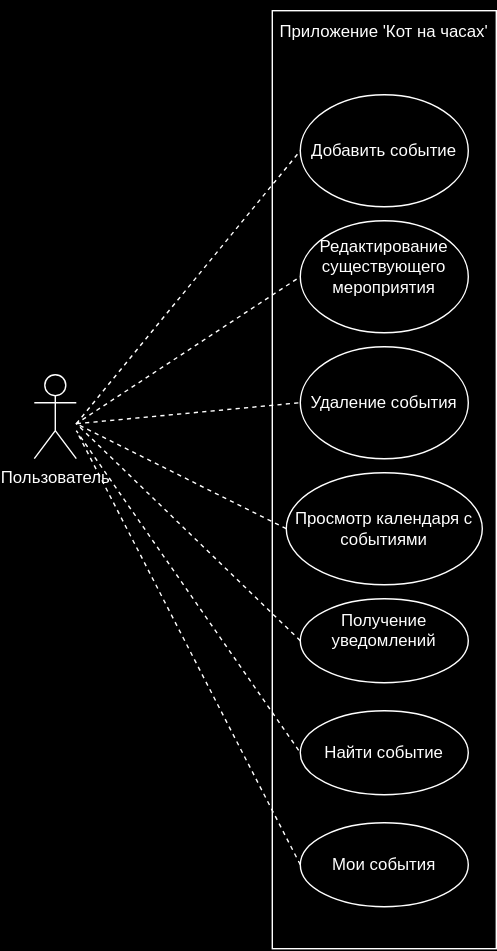
Above: docs/diagrams/Use_Case_Diagram.drawio.svg in HoshiBlood/- (draw.io), before the change. Source tidied: cells renumbered, new cells last; positions are measured from the earlier drawing's top-left corner, leaving out a move shared by most shapes.
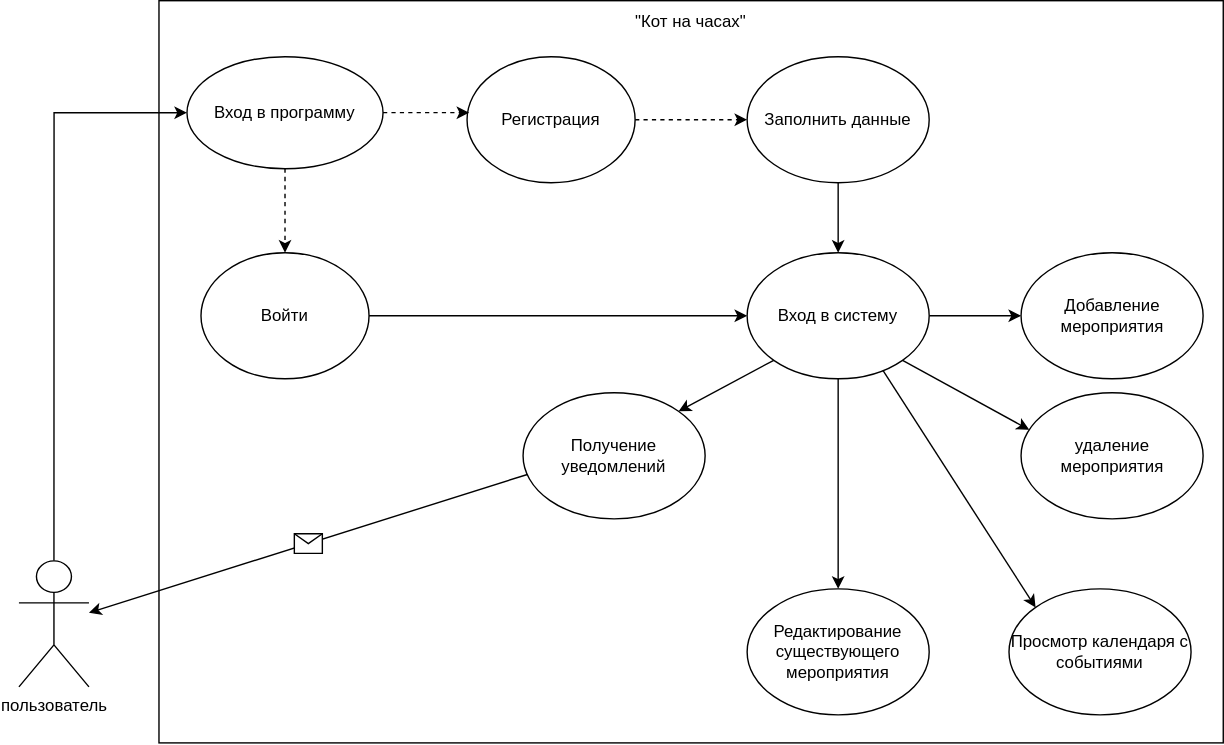
Above is the later version.

Commit message:
Обновление диаграммы Use Case

The edit, as a diff of the source:
```diff
@@ -2,64 +2,89 @@
   <root>
     <mxCell id="0" />
     <mxCell id="1" parent="0" />
-    <mxCell id="2" style="group;" parent="1" vertex="1">
-      <mxGeometry x="170" width="160" height="670" as="geometry" />
-    </mxCell>
-    <mxCell id="3" style="rounded=0;whiteSpace=wrap;html=1;" parent="2" vertex="1">
-      <mxGeometry width="160" height="670" as="geometry" />
-    </mxCell>
-    <mxCell id="4" value="&lt;br&gt;Приложение 'Кот на часах'" style="text;strokeColor=none;align=center;fillColor=none;html=1;verticalAlign=middle;whiteSpace=wrap;rounded=0;" parent="2" vertex="1">
-      <mxGeometry width="160" height="13.1" as="geometry" />
-    </mxCell>
-    <mxCell id="5" value="Найти событие&lt;span style=&quot;color: rgba(0, 0, 0, 0); font-family: monospace; font-size: 0px; text-align: start; text-wrap: nowrap;&quot;&gt;%3CmxGraphModel%3E%3Croot%3E%3CmxCell%20id%3D%220%22%2F%3E%3CmxCell%20id%3D%221%22%20parent%3D%220%22%2F%3E%3CmxCell%20id%3D%222%22%20value%3D%22%26%2310%3B%D0%9F%D0%BE%D0%BB%D1%83%D1%87%D0%B5%D0%BD%D0%B8%D0%B5%20%D1%83%D0%B2%D0%B5%D0%B4%D0%BE%D0%BC%D0%BB%D0%B5%D0%BD%D0%B8%D0%B9%26%2310%3B%26%2310%3B%22%20style%3D%22ellipse%3BwhiteSpace%3Dwrap%3Bhtml%3D1%3B%22%20vertex%3D%221%22%20parent%3D%221%22%3E%3CmxGeometry%20x%3D%22-20%22%20y%3D%22730%22%20width%3D%22120%22%20height%3D%2260%22%20as%3D%22geometry%22%2F%3E%3C%2FmxCell%3E%3C%2Froot%3E%3C%2FmxGraphModel%3E&lt;/span&gt;" style="ellipse;whiteSpace=wrap;html=1;" parent="2" vertex="1">
-      <mxGeometry x="20" y="500" width="120" height="60" as="geometry" />
-    </mxCell>
-    <mxCell id="6" value="Мои события" style="ellipse;whiteSpace=wrap;html=1;" parent="2" vertex="1">
-      <mxGeometry x="20" y="580" width="120" height="60" as="geometry" />
-    </mxCell>
-    <mxCell id="7" style="endArrow=none;dashed=1;html=1;rounded=0;entryX=0;entryY=0.5;entryDx=0;entryDy=0;exitX=0;exitY=0.5;exitDx=0;exitDy=0;" parent="2" edge="1" source="6" target="5">
-      <mxGeometry relative="1" as="geometry">
-        <Array as="points">
-          <mxPoint x="-140" y="300" />
-        </Array>
-      </mxGeometry>
-    </mxCell>
-    <mxCell id="8" value="Пользователь" style="shape=umlActor;verticalLabelPosition=bottom;verticalAlign=top;html=1;fontFamily=Helvetica;" parent="1" vertex="1">
-      <mxGeometry y="260" width="30" height="60" as="geometry" />
-    </mxCell>
-    <mxCell id="9" value="Добавить событие" style="ellipse;whiteSpace=wrap;html=1;" parent="1" vertex="1">
-      <mxGeometry x="190" y="60" width="120" height="80" as="geometry" />
-    </mxCell>
+    <mxCell id="17" style="rounded=0;whiteSpace=wrap;html=1;" parent="1" vertex="1">
+      <mxGeometry x="430" y="-350" width="760" height="530" as="geometry" />
+    </mxCell>
+    <mxCell id="18" style="edgeStyle=orthogonalEdgeStyle;rounded=0;jettySize=auto;html=1;entryX=0;entryY=0.5;entryDx=0;entryDy=0;exitX=0.5;exitY=0;exitDx=0;exitDy=0;exitPerimeter=0;" parent="1" edge="1" source="19" target="28">
+      <mxGeometry relative="1" as="geometry">
+        <Array as="points">
+          <mxPoint x="355" y="-270" />
+        </Array>
+      </mxGeometry>
+    </mxCell>
+    <mxCell id="19" value="пользователь" style="shape=umlActor;verticalLabelPosition=bottom;verticalAlign=top;html=1;outlineConnect=0;" parent="1" vertex="1">
+      <mxGeometry x="330" y="50" width="50" height="90" as="geometry" />
+    </mxCell>
-    <mxCell id="10" value="&#10;Редактирование существующего мероприятия&#10;&#10;" style="ellipse;whiteSpace=wrap;html=1;" parent="1" vertex="1">
-      <mxGeometry x="190" y="150" width="120" height="80" as="geometry" />
+    <mxCell id="10" value="Редактирование существующего мероприятия" style="ellipse;whiteSpace=wrap;html=1;" parent="1" vertex="1">
+      <mxGeometry x="850" y="70" width="130" height="90" as="geometry" />
     </mxCell>
-    <mxCell id="11" value="Удаление события" style="ellipse;whiteSpace=wrap;html=1;" parent="1" vertex="1">
-      <mxGeometry x="190" y="240" width="120" height="80" as="geometry" />
-    </mxCell>
+    <mxCell id="20" style="edgeStyle=orthogonalEdgeStyle;rounded=0;jettySize=auto;html=1;entryX=0;entryY=0.5;entryDx=0;entryDy=0;dashed=1;" parent="1" edge="1" source="21" target="31">
+      <mxGeometry relative="1" as="geometry" />
+    </mxCell>
+    <mxCell id="21" value="Регистрация" style="ellipse;whiteSpace=wrap;html=1;" parent="1" vertex="1">
+      <mxGeometry x="650" y="-310" width="120" height="90" as="geometry" />
+    </mxCell>
+    <mxCell id="22" style="edgeStyle=orthogonalEdgeStyle;rounded=0;jettySize=auto;html=1;entryX=0;entryY=0.5;entryDx=0;entryDy=0;" parent="1" edge="1" source="23" target="26">
+      <mxGeometry relative="1" as="geometry" />
+    </mxCell>
+    <mxCell id="23" value="Войти" style="ellipse;whiteSpace=wrap;html=1;" parent="1" vertex="1">
+      <mxGeometry x="460" y="-170" width="120" height="90" as="geometry" />
+    </mxCell>
+    <mxCell id="24" style="edgeStyle=orthogonalEdgeStyle;rounded=0;jettySize=auto;html=1;entryX=0.5;entryY=0;entryDx=0;entryDy=0;" parent="1" edge="1" source="26" target="10">
+      <mxGeometry relative="1" as="geometry" />
+    </mxCell>
+    <mxCell id="25" style="edgeStyle=orthogonalEdgeStyle;rounded=0;jettySize=auto;html=1;entryX=0;entryY=0.5;entryDx=0;entryDy=0;" parent="1" edge="1" source="26" target="34">
+      <mxGeometry relative="1" as="geometry" />
+    </mxCell>
+    <mxCell id="26" value="Вход в систему" style="ellipse;whiteSpace=wrap;html=1;" parent="1" vertex="1">
+      <mxGeometry x="850" y="-170" width="130" height="90" as="geometry" />
+    </mxCell>
+    <mxCell id="27" style="edgeStyle=orthogonalEdgeStyle;rounded=0;jettySize=auto;html=1;entryX=0.5;entryY=0;entryDx=0;entryDy=0;dashed=1;curved=1;" parent="1" edge="1" source="28" target="23">
+      <mxGeometry relative="1" as="geometry" />
+    </mxCell>
+    <mxCell id="28" value="Вход в программу" style="ellipse;whiteSpace=wrap;html=1;" parent="1" vertex="1">
+      <mxGeometry x="450" y="-310" width="140" height="80" as="geometry" />
+    </mxCell>
+    <mxCell id="29" style="edgeStyle=orthogonalEdgeStyle;rounded=0;jettySize=auto;html=1;entryX=0.013;entryY=0.444;entryDx=0;entryDy=0;entryPerimeter=0;dashed=1;" parent="1" edge="1" source="28" target="21">
+      <mxGeometry relative="1" as="geometry" />
+    </mxCell>
+    <mxCell id="30" style="edgeStyle=orthogonalEdgeStyle;rounded=0;jettySize=auto;html=1;entryX=0.5;entryY=0;entryDx=0;entryDy=0;" parent="1" edge="1" source="31" target="26">
+      <mxGeometry relative="1" as="geometry" />
+    </mxCell>
+    <mxCell id="31" value="Заполнить данные" style="ellipse;whiteSpace=wrap;html=1;" parent="1" vertex="1">
+      <mxGeometry x="850" y="-310" width="130" height="90" as="geometry" />
+    </mxCell>
+    <mxCell id="32" style="endArrow=classic;html=1;rounded=0;exitX=0.028;exitY=0.646;exitDx=0;exitDy=0;exitPerimeter=0;" parent="1" edge="1" source="13" target="19">
+      <mxGeometry relative="1" as="geometry" />
+    </mxCell>
+    <mxCell id="33" style="shape=message;html=1;" parent="32" vertex="1">
+      <mxGeometry width="20" height="14" relative="1" as="geometry">
+        <mxPoint x="-10" y="-7" as="offset" />
+      </mxGeometry>
+    </mxCell>
     <mxCell id="12" value="Просмотр календаря с событиями" style="ellipse;whiteSpace=wrap;html=1;" parent="1" vertex="1">
-      <mxGeometry x="180" y="330" width="140" height="80" as="geometry" />
+      <mxGeometry x="1037" y="70" width="130" height="90" as="geometry" />
     </mxCell>
+    <mxCell id="34" value="Добавление мероприятия" style="ellipse;whiteSpace=wrap;html=1;" parent="1" vertex="1">
+      <mxGeometry x="1045.6" y="-170" width="130" height="90" as="geometry" />
+    </mxCell>
+    <mxCell id="35" value="удаление мероприятия" style="ellipse;whiteSpace=wrap;html=1;" parent="1" vertex="1">
+      <mxGeometry x="1045.6" y="-70" width="130" height="90" as="geometry" />
+    </mxCell>
-    <mxCell id="13" value="&#10;Получение уведомлений&#10;&#10;" style="ellipse;whiteSpace=wrap;html=1;" parent="1" vertex="1">
-      <mxGeometry x="190" y="420" width="120" height="60" as="geometry" />
+    <mxCell id="13" value="Получение уведомлений" style="ellipse;whiteSpace=wrap;html=1;" parent="1" vertex="1">
+      <mxGeometry x="690" y="-70" width="130" height="90" as="geometry" />
     </mxCell>
-    <mxCell id="14" style="endArrow=none;dashed=1;html=1;rounded=0;entryX=0;entryY=0.5;entryDx=0;entryDy=0;exitX=0;exitY=0.5;exitDx=0;exitDy=0;" parent="1" edge="1" source="12" target="11">
-      <mxGeometry relative="1" as="geometry">
-        <Array as="points">
-          <mxPoint x="30" y="295" />
-        </Array>
-      </mxGeometry>
-    </mxCell>
-    <mxCell id="15" style="endArrow=none;dashed=1;html=1;rounded=0;entryX=0;entryY=0.5;entryDx=0;entryDy=0;exitX=0;exitY=0.5;exitDx=0;exitDy=0;" parent="1" edge="1" source="13" target="10">
-      <mxGeometry relative="1" as="geometry">
-        <Array as="points">
-          <mxPoint x="30" y="295" />
-        </Array>
-      </mxGeometry>
-    </mxCell>
-    <mxCell id="16" style="endArrow=none;dashed=1;html=1;rounded=0;entryX=0;entryY=0.5;entryDx=0;entryDy=0;" parent="1" edge="1" target="9">
-      <mxGeometry relative="1" as="geometry">
-        <mxPoint x="30" y="295" as="sourcePoint" />
-      </mxGeometry>
-    </mxCell>
+    <mxCell id="36" style="endArrow=classic;html=1;rounded=0;exitX=1;exitY=1;exitDx=0;exitDy=0;entryX=0.045;entryY=0.294;entryDx=0;entryDy=0;entryPerimeter=0;" parent="1" edge="1" source="26" target="35">
+      <mxGeometry relative="1" as="geometry" />
+    </mxCell>
+    <mxCell id="37" style="endArrow=classic;html=1;rounded=0;entryX=0;entryY=0;entryDx=0;entryDy=0;exitX=0.746;exitY=0.933;exitDx=0;exitDy=0;exitPerimeter=0;" parent="1" edge="1" source="26" target="12">
+      <mxGeometry relative="1" as="geometry" />
+    </mxCell>
+    <mxCell id="38" style="endArrow=classic;html=1;rounded=0;entryX=1;entryY=0;entryDx=0;entryDy=0;exitX=0;exitY=1;exitDx=0;exitDy=0;" parent="1" edge="1" source="26" target="13">
+      <mxGeometry relative="1" as="geometry" />
+    </mxCell>
+    <mxCell id="39" value="&quot;Кот на часах&quot;" style="text;html=1;align=center;verticalAlign=middle;whiteSpace=wrap;rounded=0;" parent="1" vertex="1">
+      <mxGeometry x="765" y="-350" width="90" height="30" as="geometry" />
+    </mxCell>
   </root>
 </mxGraphModel>
```
